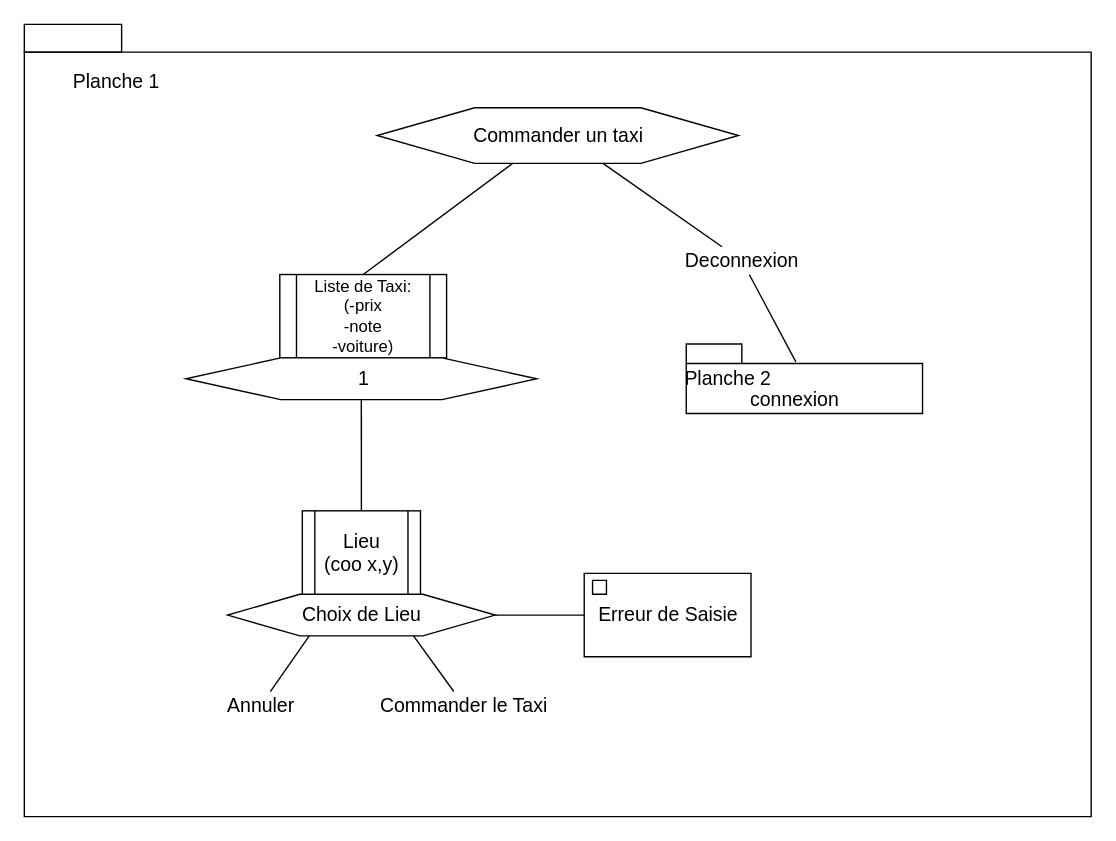
Above: gestion_de_projet/sni/page-passager.drawio in mboultoureau/utaxi (draw.io), before the change. Source tidied: cells renumbered, new cells numbered last; positions are measured from the earlier drawing's top-left corner, leaving out a move shared by most shapes. Both pictures are drawn from the tidied source at 139%, with x=0, y=0 at pixel (24, 24).
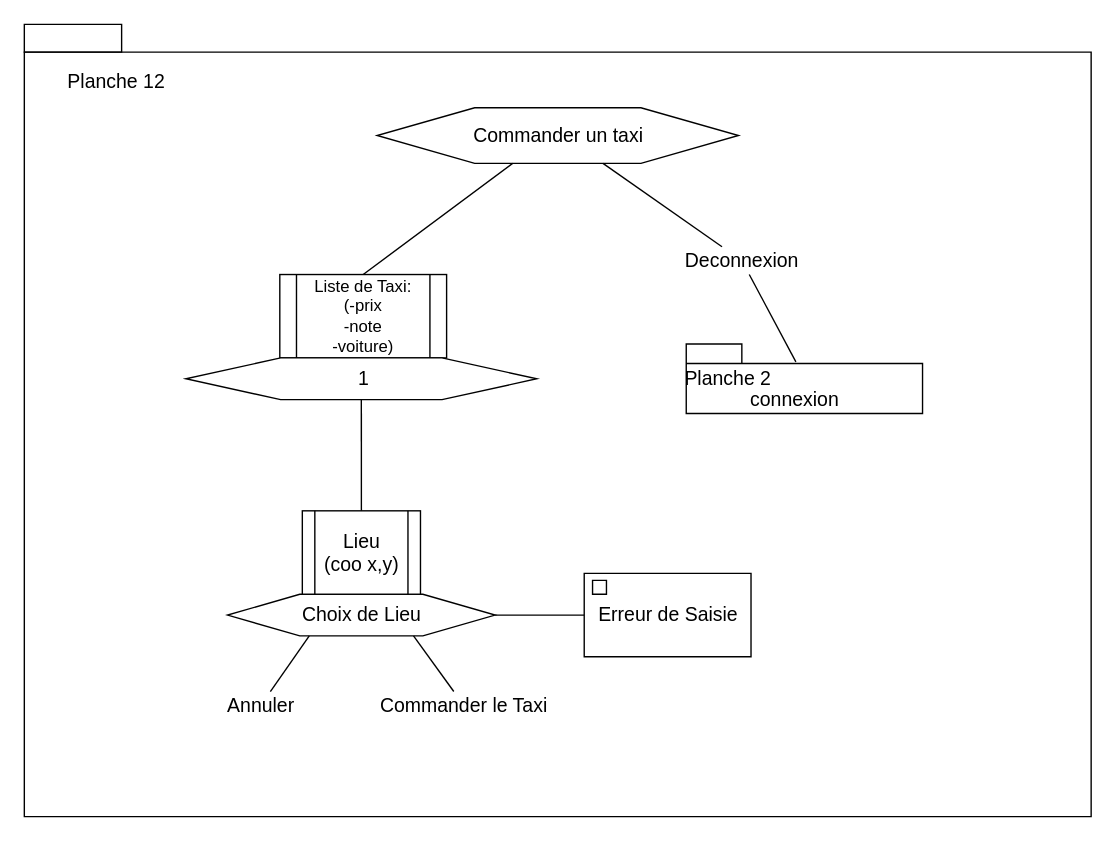
Above is the later version.

Commit message:
changement SNI page passage

Diff of the diagram source:
```diff
@@
-    <mxCell id="19" value="Planche 1" style="text;html=1;align=center;verticalAlign=middle;fontSize=14;" parent="1" vertex="1">
-      <mxGeometry x="26.2" y="31" width="80" height="20" as="geometry" />
+    <mxCell id="19" value="Planche 12" style="text;html=1;align=center;verticalAlign=middle;fontSize=14;" parent="1" vertex="1">
+      <mxGeometry x="21.2" y="31" width="90" height="20" as="geometry" />
     </mxCell>
```
